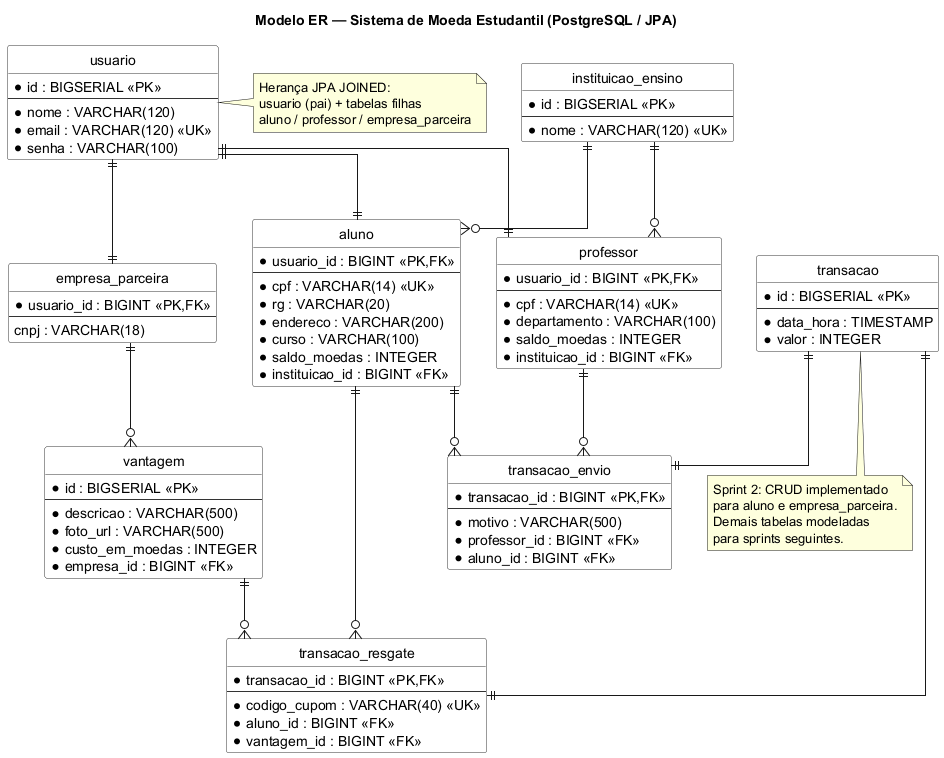
This is docs/sprint2/images/modelo-er.png from pedroccarv/moeda-estudantil, a PlantUML export, as it was before one commit. Source of this version:
```plantuml
@startuml modelo-er
hide circle
skinparam linetype ortho
skinparam class {
  BackgroundColor White
  BorderColor #333333
}

title Modelo ER — Sistema de Moeda Estudantil (PostgreSQL / JPA)

entity "instituicao_ensino" as inst {
  * id : BIGSERIAL <<PK>>
  --
  * nome : VARCHAR(120) <<UK>>
}

entity "usuario" as usuario {
  * id : BIGSERIAL <<PK>>
  --
  * nome : VARCHAR(120)
  * email : VARCHAR(120) <<UK>>
  * senha : VARCHAR(100)
}

entity "aluno" as aluno {
  * usuario_id : BIGINT <<PK,FK>>
  --
  * cpf : VARCHAR(14) <<UK>>
  * rg : VARCHAR(20)
  * endereco : VARCHAR(200)
  * curso : VARCHAR(100)
  * saldo_moedas : INTEGER
  * instituicao_id : BIGINT <<FK>>
}

entity "professor" as professor {
  * usuario_id : BIGINT <<PK,FK>>
  --
  * cpf : VARCHAR(14) <<UK>>
  * departamento : VARCHAR(100)
  * saldo_moedas : INTEGER
  * instituicao_id : BIGINT <<FK>>
}

entity "empresa_parceira" as empresa {
  * usuario_id : BIGINT <<PK,FK>>
  --
  cnpj : VARCHAR(18)
}

entity "vantagem" as vantagem {
  * id : BIGSERIAL <<PK>>
  --
  * descricao : VARCHAR(500)
  * foto_url : VARCHAR(500)
  * custo_em_moedas : INTEGER
  * empresa_id : BIGINT <<FK>>
}

entity "transacao" as transacao {
  * id : BIGSERIAL <<PK>>
  --
  * data_hora : TIMESTAMP
  * valor : INTEGER
}

entity "transacao_envio" as envio {
  * transacao_id : BIGINT <<PK,FK>>
  --
  * motivo : VARCHAR(500)
  * professor_id : BIGINT <<FK>>
  * aluno_id : BIGINT <<FK>>
}

entity "transacao_resgate" as resgate {
  * transacao_id : BIGINT <<PK,FK>>
  --
  * codigo_cupom : VARCHAR(40) <<UK>>
  * aluno_id : BIGINT <<FK>>
  * vantagem_id : BIGINT <<FK>>
}

usuario ||--|| aluno
usuario ||--|| professor
usuario ||--|| empresa

inst ||--o{ aluno
inst ||--o{ professor

empresa ||--o{ vantagem

transacao ||--|| envio
transacao ||--|| resgate

professor ||--o{ envio
aluno ||--o{ envio
aluno ||--o{ resgate
vantagem ||--o{ resgate

note right of usuario
  Herança JPA JOINED:
  usuario (pai) + tabelas filhas
  aluno / professor / empresa_parceira
end note

note bottom of transacao
  Sprint 2: CRUD implementado
  para aluno e empresa_parceira.
  Demais tabelas modeladas
  para sprints seguintes.
end note

@enduml
```
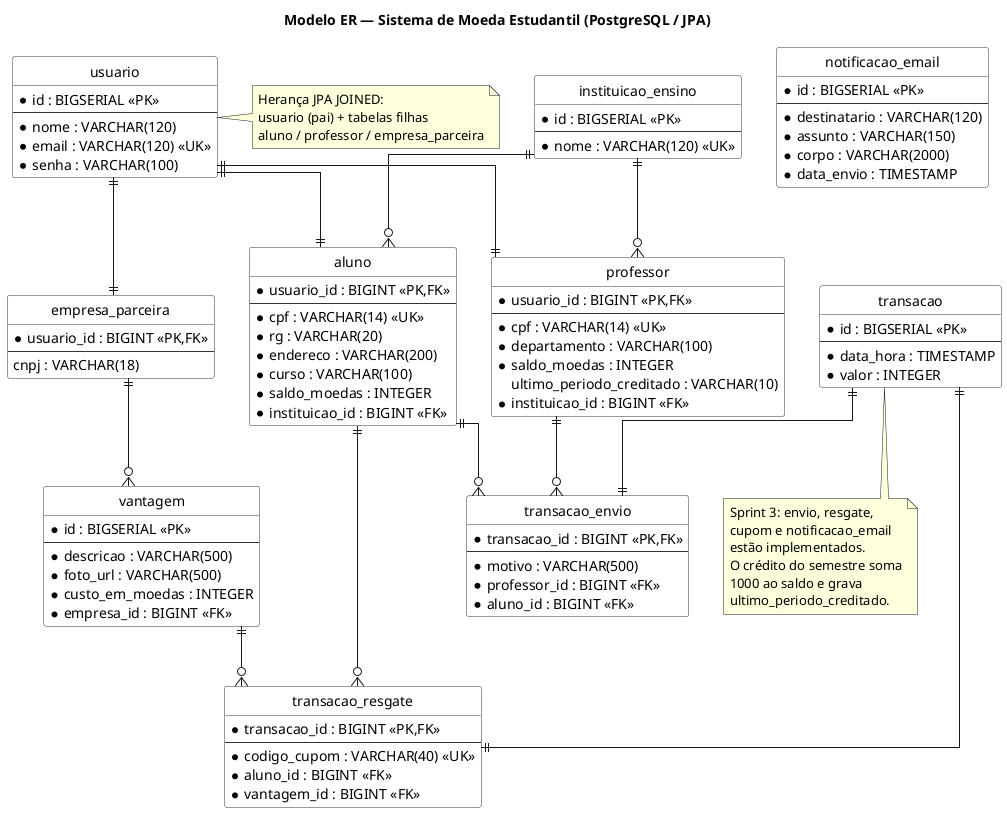
The same file after the commit.

Diff of the diagram source:
```diff
@@ -39,6 +39,7 @@
   * cpf : VARCHAR(14) <<UK>>
   * departamento : VARCHAR(100)
   * saldo_moedas : INTEGER
+  ultimo_periodo_creditado : VARCHAR(10)
   * instituicao_id : BIGINT <<FK>>
 }
 
@@ -70,6 +71,15 @@
   * motivo : VARCHAR(500)
   * professor_id : BIGINT <<FK>>
   * aluno_id : BIGINT <<FK>>
+}
+
+entity "notificacao_email" as mail {
+  * id : BIGSERIAL <<PK>>
+  --
+  * destinatario : VARCHAR(120)
+  * assunto : VARCHAR(150)
+  * corpo : VARCHAR(2000)
+  * data_envio : TIMESTAMP
 }
 
 entity "transacao_resgate" as resgate {
@@ -104,10 +114,12 @@
 end note
 
 note bottom of transacao
-  Sprint 2: CRUD implementado
-  para aluno e empresa_parceira.
-  Demais tabelas modeladas
-  para sprints seguintes.
+  Sprint 3: envio, resgate,
+  cupom e notificacao_email
+  estão implementados.
+  O crédito do semestre soma
+  1000 ao saldo e grava
+  ultimo_periodo_creditado.
 end note
 
 @enduml
```
